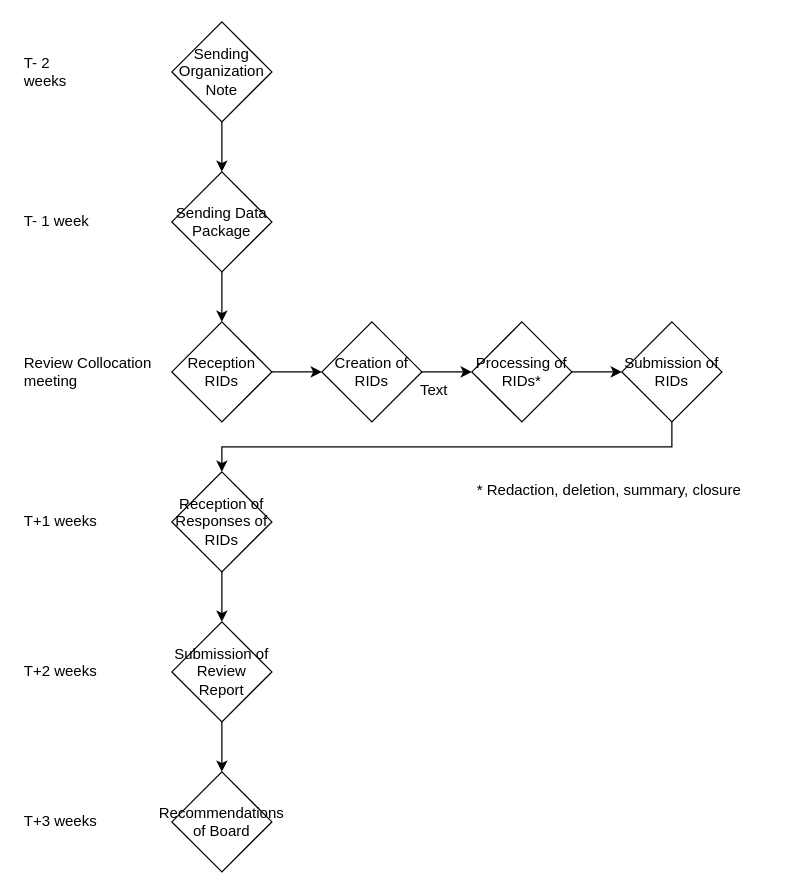
Above: djtr.drawio in JanThoemel/drawIO (draw.io), before the change. Source tidied: cells renumbered, new cells numbered last; positions are measured from the earlier drawing's top-left corner, leaving out a move shared by most shapes. Both pictures are drawn from the tidied source at 125%, with x=0, y=0 at pixel (21, 21).
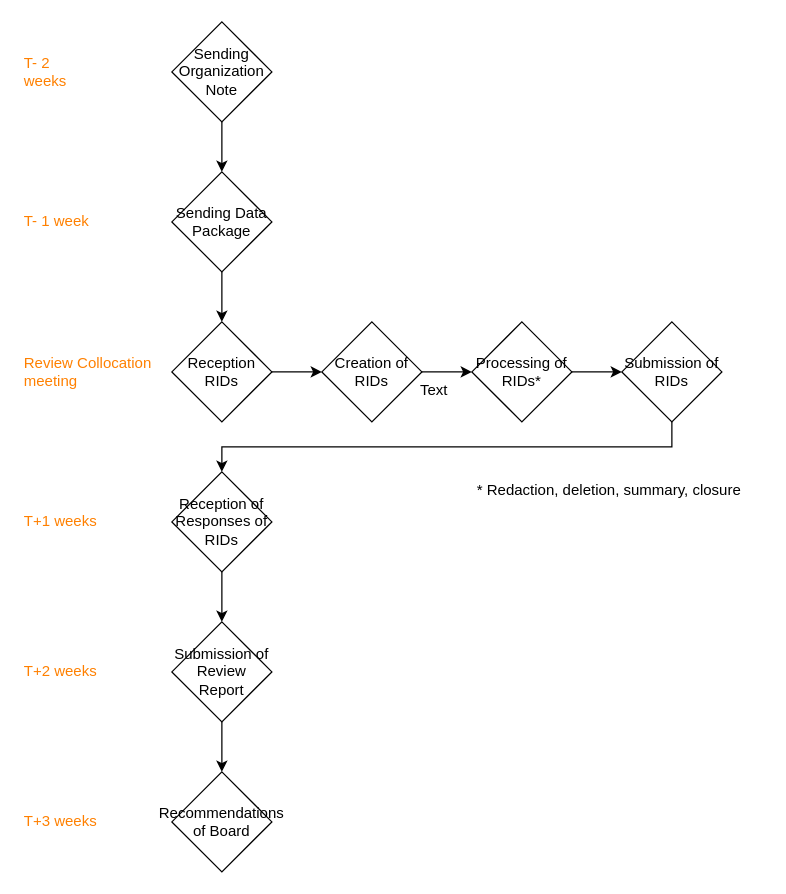
After the change.

What changed in the source:
```diff
@@
-    <mxCell id="21" value="T- 2 weeks" style="text;html=1;align=left;verticalAlign=middle;whiteSpace=wrap;rounded=0;" parent="1" vertex="1">
+    <mxCell id="21" value="T- 2 weeks" style="text;html=1;align=left;verticalAlign=middle;whiteSpace=wrap;rounded=0;fontColor=light-dark(#ff8000, #ededed);" parent="1" vertex="1">
       <mxGeometry y="25" width="60" height="30" as="geometry" />
     </mxCell>
-    <mxCell id="22" value="T- 1 week" style="text;html=1;align=left;verticalAlign=middle;whiteSpace=wrap;rounded=0;" parent="1" vertex="1">
+    <mxCell id="22" value="T- 1 week" style="text;html=1;align=left;verticalAlign=middle;whiteSpace=wrap;rounded=0;fontColor=light-dark(#ff8000, #ededed);" parent="1" vertex="1">
       <mxGeometry y="145" width="60" height="30" as="geometry" />
     </mxCell>
-    <mxCell id="23" value="Review Collocation meeting" style="text;html=1;align=left;verticalAlign=middle;whiteSpace=wrap;rounded=0;" parent="1" vertex="1">
+    <mxCell id="23" value="Review Collocation meeting" style="text;html=1;align=left;verticalAlign=middle;whiteSpace=wrap;rounded=0;fontColor=light-dark(#ff8000, #ededed);" parent="1" vertex="1">
       <mxGeometry y="265" width="110" height="30" as="geometry" />
     </mxCell>
-    <mxCell id="24" value="T+1 weeks" style="text;html=1;align=left;verticalAlign=middle;whiteSpace=wrap;rounded=0;" parent="1" vertex="1">
+    <mxCell id="24" value="T+1 weeks" style="text;html=1;align=left;verticalAlign=middle;whiteSpace=wrap;rounded=0;fontColor=light-dark(#ff8000, #ededed);" parent="1" vertex="1">
       <mxGeometry y="385" width="70" height="30" as="geometry" />
     </mxCell>
-    <mxCell id="25" value="T+2 weeks" style="text;html=1;align=left;verticalAlign=middle;whiteSpace=wrap;rounded=0;" parent="1" vertex="1">
+    <mxCell id="25" value="T+2 weeks" style="text;html=1;align=left;verticalAlign=middle;whiteSpace=wrap;rounded=0;fontColor=light-dark(#ff8000, #ededed);" parent="1" vertex="1">
       <mxGeometry y="505" width="70" height="30" as="geometry" />
     </mxCell>
-    <mxCell id="26" value="T+3 weeks" style="text;html=1;align=left;verticalAlign=middle;whiteSpace=wrap;rounded=0;" parent="1" vertex="1">
+    <mxCell id="26" value="T+3 weeks" style="text;html=1;align=left;verticalAlign=middle;whiteSpace=wrap;rounded=0;fontColor=light-dark(#ff8000, #ededed);" parent="1" vertex="1">
       <mxGeometry y="625" width="70" height="30" as="geometry" />
     </mxCell>
```
